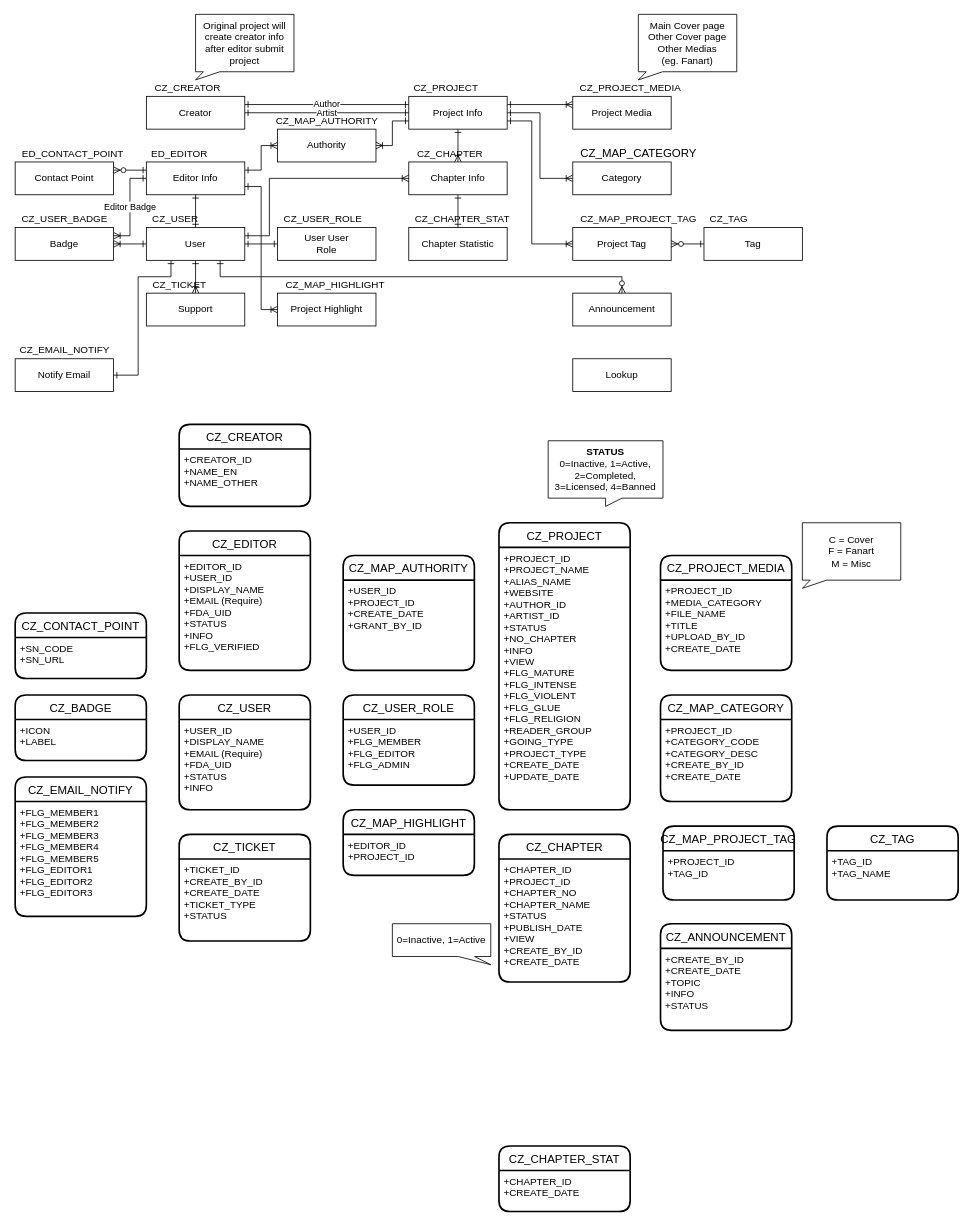
The draw.io diagram page "ER" (4 of 5) of Untitled Diagram.drawio in clazclaz/demo_git, before the edit. Source tidied: cells renumbered, new cells numbered last; positions are measured from the earlier drawing's top-left corner, leaving out a move shared by most shapes. Both pictures are drawn from the tidied source at 82%, with x=0, y=0 at pixel (15, 14).
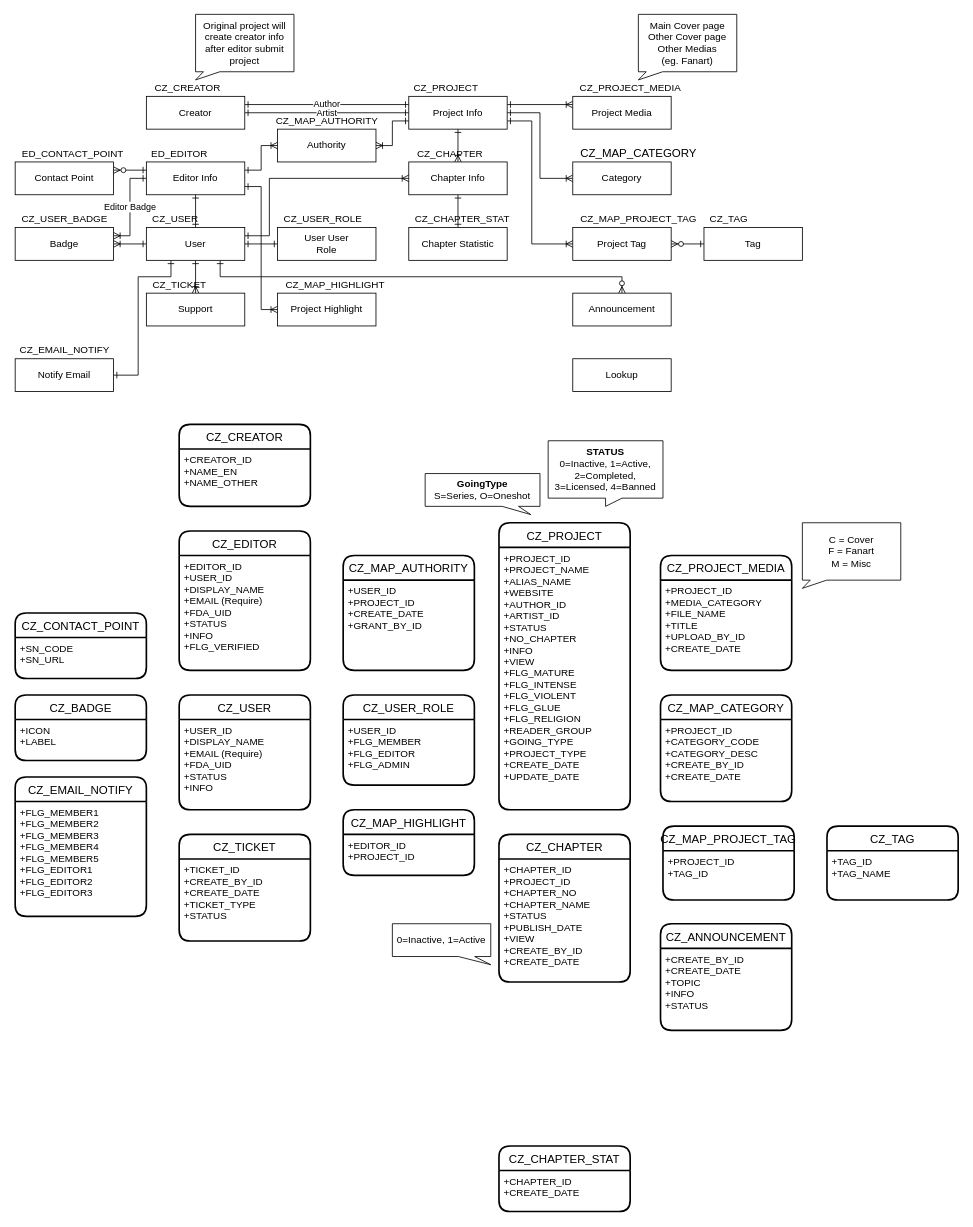
The same diagram, later.

What changed in the source:
```diff
@@
+    <mxCell id="99" value="&lt;b&gt;GoingType&lt;/b&gt;&lt;br&gt;S=Series, O=Oneshot" style="shape=callout;whiteSpace=wrap;html=1;perimeter=calloutPerimeter;position2=0.92;size=10;position=0.67;" parent="1" vertex="1">
+      <mxGeometry x="500" y="560" width="140" height="50" as="geometry" />
+    </mxCell>
```
